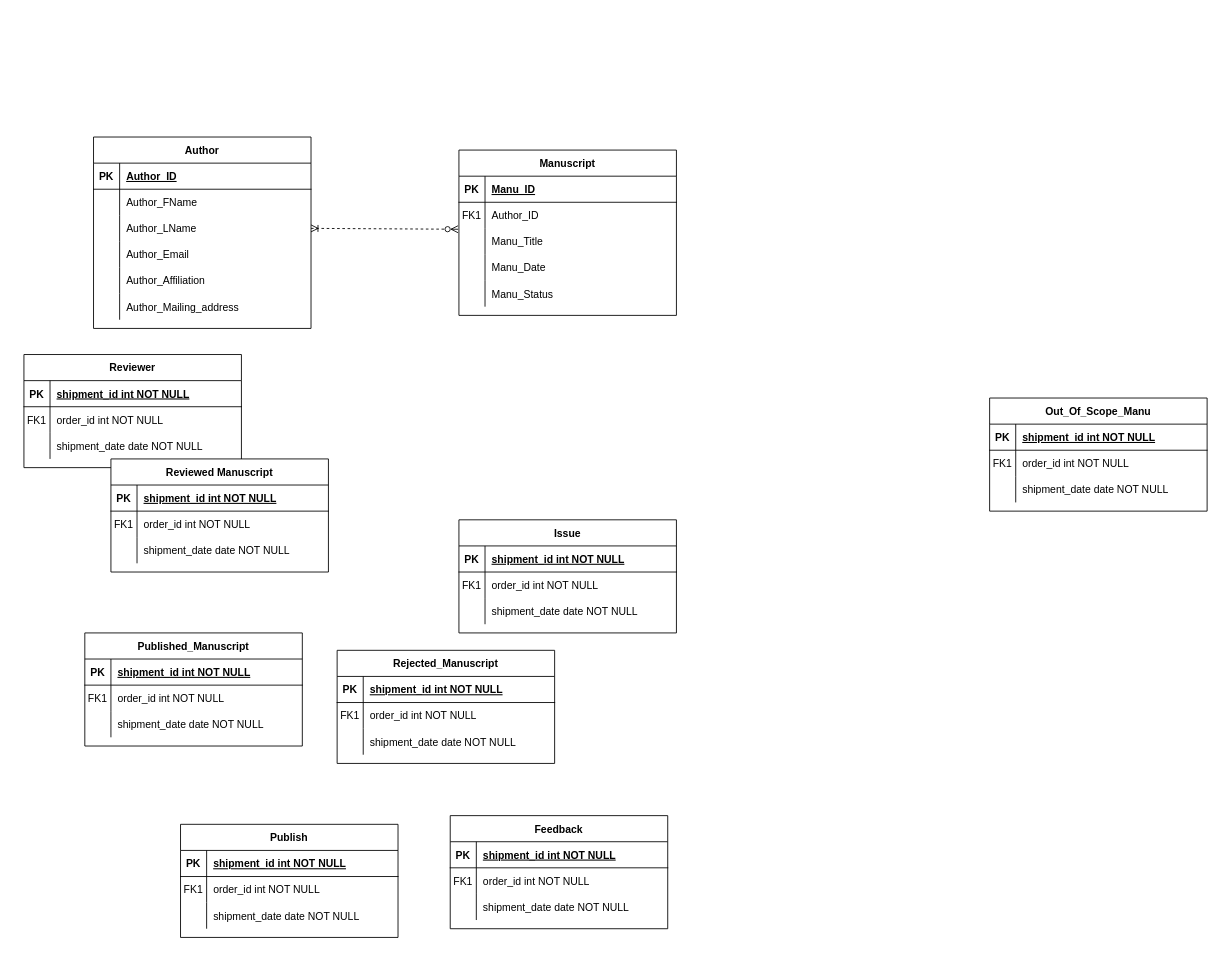
kwoehrer/DatabaseHw keeps this draw.io diagram as Untitled Diagram.drawio. Above is the earlier version. Source tidied: cells renumbered, new cells numbered last; positions are measured from the earlier drawing's top-left corner, leaving out a move shared by most shapes. Both pictures are drawn from the tidied source at 87%, with x=0, y=0 at pixel (23, 137).
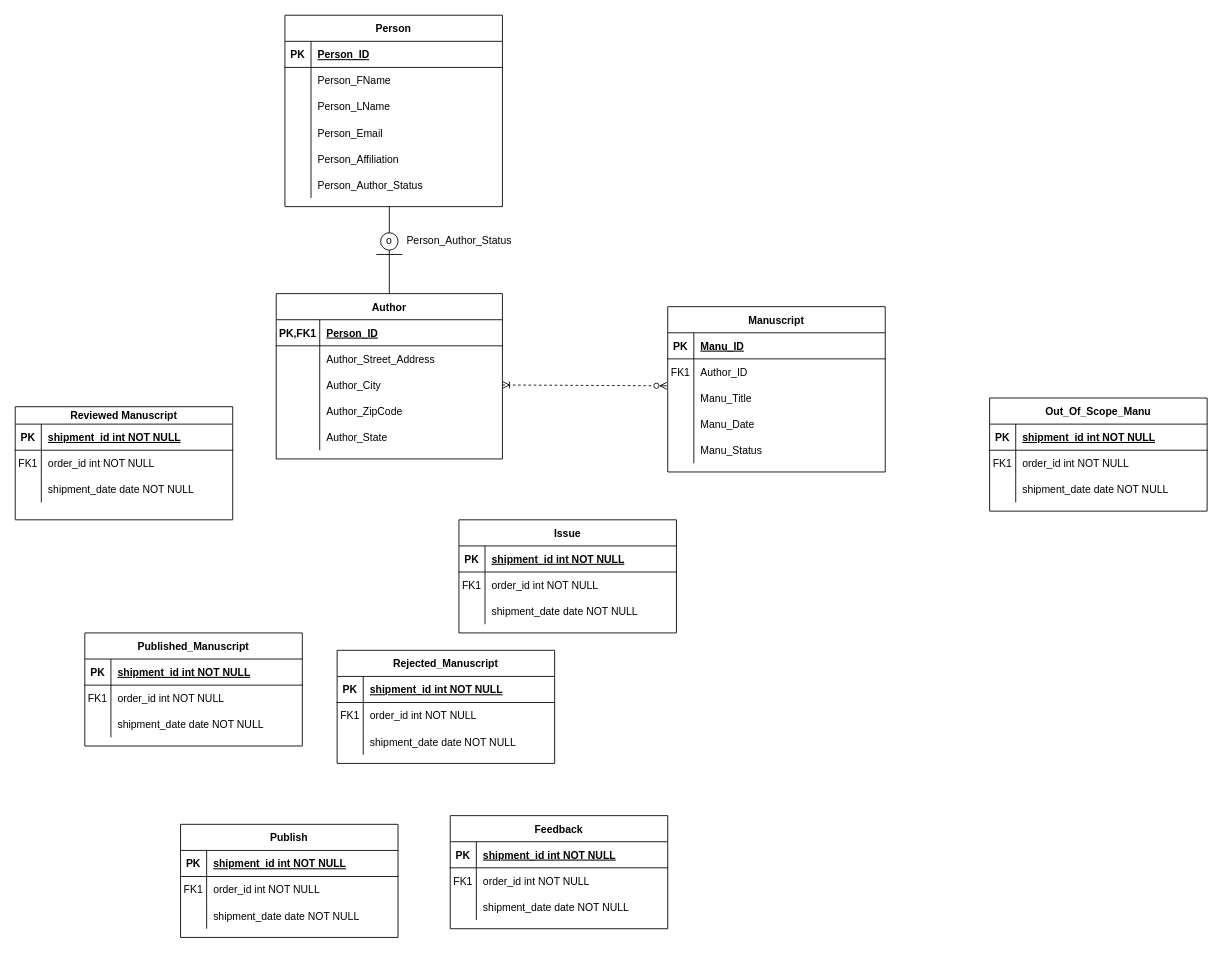
After the change.

The change refers to these unchanged cells:
```xml
<mxCell id="19" style="shape=partialRectangle;fillColor=none;top=0;left=0;right=0;bottom=1;" parent="18" vertex="1">
  <mxGeometry y="30" width="250" height="30" as="geometry" />
</mxCell>
<mxCell id="22" style="shape=partialRectangle;fillColor=none;top=0;left=0;right=0;bottom=0;" parent="18" vertex="1">
  <mxGeometry y="60" width="250" height="30" as="geometry" />
</mxCell>
<mxCell id="25" style="shape=partialRectangle;fillColor=none;top=0;left=0;right=0;bottom=0;" parent="18" vertex="1">
  <mxGeometry y="90" width="250" height="30" as="geometry" />
</mxCell>
```

The edit, as a diff of the source:
```diff
@@
     <mxCell id="2" value="Manuscript" style="shape=table;startSize=30;childLayout=tableLayout;rowLines=0;fontStyle=1;align=center;" parent="1" vertex="1">
-      <mxGeometry x="500" y="15" width="250" height="190" as="geometry" />
+      <mxGeometry x="740" y="195" width="250" height="190" as="geometry" />
     </mxCell>
@@
-    <mxCell id="18" value="Reviewer" style="shape=table;startSize=30;childLayout=tableLayout;rowLines=0;fontStyle=1;align=center;" parent="1" vertex="1">
-      <mxGeometry y="250" width="250" height="130" as="geometry" />
+    <mxCell id="18" value="Person" style="shape=table;startSize=30;childLayout=tableLayout;rowLines=0;fontStyle=1;align=center;" parent="1" vertex="1">
+      <mxGeometry x="300" y="-140" width="250" height="220" as="geometry" />
     </mxCell>
@@
-    <mxCell id="21" value="shipment_id int NOT NULL " style="shape=partialRectangle;overflow=hidden;fillColor=none;top=0;left=0;bottom=0;right=0;align=left;spacingLeft=6;fontStyle=5;" parent="19" vertex="1">
+    <mxCell id="21" value="Person_ID" style="shape=partialRectangle;overflow=hidden;fillColor=none;top=0;left=0;bottom=0;right=0;align=left;spacingLeft=6;fontStyle=5;" parent="19" vertex="1">
       <mxGeometry x="30" width="220" height="30" as="geometry" />
     </mxCell>
@@
-    <mxCell id="23" value="FK1" style="shape=partialRectangle;overflow=hidden;fillColor=none;top=0;left=0;bottom=0;right=0;" parent="22" vertex="1">
+    <mxCell id="23" style="shape=partialRectangle;overflow=hidden;fillColor=none;top=0;left=0;bottom=0;right=0;" parent="22" vertex="1">
       <mxGeometry width="30" height="30" as="geometry" />
     </mxCell>
-    <mxCell id="24" value="order_id int NOT NULL" style="shape=partialRectangle;overflow=hidden;fillColor=none;top=0;left=0;bottom=0;right=0;align=left;spacingLeft=6;" parent="22" vertex="1">
+    <mxCell id="24" value="Person_FName" style="shape=partialRectangle;overflow=hidden;fillColor=none;top=0;left=0;bottom=0;right=0;align=left;spacingLeft=6;" parent="22" vertex="1">
       <mxGeometry x="30" width="220" height="30" as="geometry" />
     </mxCell>
@@
-    <mxCell id="27" value="shipment_date date NOT NULL" style="shape=partialRectangle;overflow=hidden;fillColor=none;top=0;left=0;bottom=0;right=0;align=left;spacingLeft=6;" parent="25" vertex="1">
+    <mxCell id="27" value="Person_LName" style="shape=partialRectangle;overflow=hidden;fillColor=none;top=0;left=0;bottom=0;right=0;align=left;spacingLeft=6;" parent="25" vertex="1">
       <mxGeometry x="30" width="220" height="30" as="geometry" />
     </mxCell>
+    <mxCell id="38" style="shape=partialRectangle;fillColor=none;top=0;left=0;right=0;bottom=0;" parent="18" vertex="1">
+      <mxGeometry y="120" width="250" height="30" as="geometry" />
+    </mxCell>
+    <mxCell id="118" style="shape=partialRectangle;overflow=hidden;fillColor=none;top=0;left=0;bottom=0;right=0;" parent="38" vertex="1">
+      <mxGeometry width="30" height="30" as="geometry" />
+    </mxCell>
+    <mxCell id="119" value="Person_Email" style="shape=partialRectangle;overflow=hidden;fillColor=none;top=0;left=0;bottom=0;right=0;align=left;spacingLeft=6;" parent="38" vertex="1">
+      <mxGeometry x="30" width="220" height="30" as="geometry" />
+    </mxCell>
+    <mxCell id="41" style="shape=partialRectangle;fillColor=none;top=0;left=0;right=0;bottom=0;" parent="18" vertex="1">
+      <mxGeometry y="150" width="250" height="30" as="geometry" />
+    </mxCell>
+    <mxCell id="120" style="shape=partialRectangle;overflow=hidden;fillColor=none;top=0;left=0;bottom=0;right=0;" parent="41" vertex="1">
+      <mxGeometry width="30" height="30" as="geometry" />
+    </mxCell>
+    <mxCell id="121" value="Person_Affiliation" style="shape=partialRectangle;overflow=hidden;fillColor=none;top=0;left=0;bottom=0;right=0;align=left;spacingLeft=6;" parent="41" vertex="1">
+      <mxGeometry x="30" width="220" height="30" as="geometry" />
+    </mxCell>
+    <mxCell id="122" style="shape=partialRectangle;fillColor=none;points=[[0,0.5],[1,0.5]];portConstraint=eastwest;top=0;left=0;right=0;bottom=0;" parent="18" vertex="1">
+      <mxGeometry y="180" width="250" height="30" as="geometry" />
+    </mxCell>
+    <mxCell id="123" style="shape=partialRectangle;overflow=hidden;fillColor=none;top=0;left=0;bottom=0;right=0;" parent="122" vertex="1">
+      <mxGeometry width="30" height="30" as="geometry" />
+    </mxCell>
+    <mxCell id="124" value="Person_Author_Status" style="shape=partialRectangle;overflow=hidden;fillColor=none;top=0;left=0;bottom=0;right=0;align=left;spacingLeft=6;" parent="122" vertex="1">
+      <mxGeometry x="30" width="220" height="30" as="geometry" />
+    </mxCell>
     <mxCell id="28" value="Author" style="shape=table;startSize=30;childLayout=tableLayout;rowLines=0;fontStyle=1;align=center;" parent="1" vertex="1">
-      <mxGeometry x="80" width="250" height="220" as="geometry" />
+      <mxGeometry x="290" y="180" width="260" height="190" as="geometry" />
     </mxCell>
     <mxCell id="29" style="shape=partialRectangle;fillColor=none;top=0;left=0;right=0;bottom=1;" parent="28" vertex="1">
-      <mxGeometry y="30" width="250" height="30" as="geometry" />
+      <mxGeometry y="30" width="260" height="30" as="geometry" />
     </mxCell>
-    <mxCell id="30" value="PK" style="shape=partialRectangle;overflow=hidden;fillColor=none;top=0;left=0;bottom=0;right=0;fontStyle=1;" parent="29" vertex="1">
-      <mxGeometry width="30" height="30" as="geometry" />
+    <mxCell id="30" value="PK,FK1" style="shape=partialRectangle;overflow=hidden;fillColor=none;top=0;left=0;bottom=0;right=0;fontStyle=1;" parent="29" vertex="1">
+      <mxGeometry width="50" height="30" as="geometry" />
     </mxCell>
-    <mxCell id="31" value="Author_ID" style="shape=partialRectangle;overflow=hidden;fillColor=none;top=0;left=0;bottom=0;right=0;align=left;spacingLeft=6;fontStyle=5;" parent="29" vertex="1">
-      <mxGeometry x="30" width="220" height="30" as="geometry" />
+    <mxCell id="31" value="Person_ID" style="shape=partialRectangle;overflow=hidden;fillColor=none;top=0;left=0;bottom=0;right=0;align=left;spacingLeft=6;fontStyle=5;" parent="29" vertex="1">
+      <mxGeometry x="50" width="210" height="30" as="geometry" />
     </mxCell>
     <mxCell id="32" style="shape=partialRectangle;fillColor=none;top=0;left=0;right=0;bottom=0;" parent="28" vertex="1">
-      <mxGeometry y="60" width="250" height="30" as="geometry" />
+      <mxGeometry y="60" width="260" height="30" as="geometry" />
     </mxCell>
     <mxCell id="33" style="shape=partialRectangle;overflow=hidden;fillColor=none;top=0;left=0;bottom=0;right=0;" parent="32" vertex="1">
-      <mxGeometry width="30" height="30" as="geometry" />
+      <mxGeometry width="50" height="30" as="geometry" />
     </mxCell>
-    <mxCell id="34" value="Author_FName" style="shape=partialRectangle;overflow=hidden;fillColor=none;top=0;left=0;bottom=0;right=0;align=left;spacingLeft=6;" parent="32" vertex="1">
-      <mxGeometry x="30" width="220" height="30" as="geometry" />
+    <mxCell id="34" value="Author_Street_Address" style="shape=partialRectangle;overflow=hidden;fillColor=none;top=0;left=0;bottom=0;right=0;align=left;spacingLeft=6;" parent="32" vertex="1">
+      <mxGeometry x="50" width="210" height="30" as="geometry" />
     </mxCell>
     <mxCell id="35" style="shape=partialRectangle;fillColor=none;points=[[0,0.5],[1,0.5]];portConstraint=eastwest;top=0;left=0;right=0;bottom=0;" parent="28" vertex="1">
-      <mxGeometry y="90" width="250" height="30" as="geometry" />
+      <mxGeometry y="90" width="260" height="30" as="geometry" />
     </mxCell>
     <mxCell id="36" style="shape=partialRectangle;overflow=hidden;fillColor=none;top=0;left=0;bottom=0;right=0;" parent="35" vertex="1">
-      <mxGeometry width="30" height="30" as="geometry" />
+      <mxGeometry width="50" height="30" as="geometry" />
     </mxCell>
-    <mxCell id="37" value="Author_LName" style="shape=partialRectangle;overflow=hidden;fillColor=none;top=0;left=0;bottom=0;right=0;align=left;spacingLeft=6;" parent="35" vertex="1">
-      <mxGeometry x="30" width="220" height="30" as="geometry" />
+    <mxCell id="37" value="Author_City" style="shape=partialRectangle;overflow=hidden;fillColor=none;top=0;left=0;bottom=0;right=0;align=left;spacingLeft=6;" parent="35" vertex="1">
+      <mxGeometry x="50" width="210" height="30" as="geometry" />
     </mxCell>
-    <mxCell id="38" style="shape=partialRectangle;fillColor=none;top=0;left=0;right=0;bottom=0;" parent="28" vertex="1">
-      <mxGeometry y="120" width="250" height="30" as="geometry" />
-    </mxCell>
-    <mxCell id="39" style="shape=partialRectangle;overflow=hidden;fillColor=none;top=0;left=0;bottom=0;right=0;" parent="38" vertex="1">
-      <mxGeometry width="30" height="30" as="geometry" />
-    </mxCell>
-    <mxCell id="40" value="Author_Email" style="shape=partialRectangle;overflow=hidden;fillColor=none;top=0;left=0;bottom=0;right=0;align=left;spacingLeft=6;" parent="38" vertex="1">
-      <mxGeometry x="30" width="220" height="30" as="geometry" />
-    </mxCell>
-    <mxCell id="41" style="shape=partialRectangle;fillColor=none;top=0;left=0;right=0;bottom=0;" parent="28" vertex="1">
-      <mxGeometry y="150" width="250" height="30" as="geometry" />
-    </mxCell>
-    <mxCell id="42" style="shape=partialRectangle;overflow=hidden;fillColor=none;top=0;left=0;bottom=0;right=0;" parent="41" vertex="1">
-      <mxGeometry width="30" height="30" as="geometry" />
-    </mxCell>
-    <mxCell id="43" value="Author_Affiliation" style="shape=partialRectangle;overflow=hidden;fillColor=none;top=0;left=0;bottom=0;right=0;align=left;spacingLeft=6;" parent="41" vertex="1">
-      <mxGeometry x="30" width="220" height="30" as="geometry" />
-    </mxCell>
     <mxCell id="44" style="shape=partialRectangle;fillColor=none;top=0;left=0;right=0;bottom=0;" parent="28" vertex="1">
-      <mxGeometry y="180" width="250" height="30" as="geometry" />
+      <mxGeometry y="120" width="260" height="30" as="geometry" />
     </mxCell>
     <mxCell id="45" style="shape=partialRectangle;overflow=hidden;fillColor=none;top=0;left=0;bottom=0;right=0;" parent="44" vertex="1">
-      <mxGeometry width="30" height="30" as="geometry" />
+      <mxGeometry width="50" height="30" as="geometry" />
     </mxCell>
-    <mxCell id="46" value="Author_Mailing_address" style="shape=partialRectangle;overflow=hidden;fillColor=none;top=0;left=0;bottom=0;right=0;align=left;spacingLeft=6;" parent="44" vertex="1">
-      <mxGeometry x="30" width="220" height="30" as="geometry" />
+    <mxCell id="46" value="Author_ZipCode" style="shape=partialRectangle;overflow=hidden;fillColor=none;top=0;left=0;bottom=0;right=0;align=left;spacingLeft=6;" parent="44" vertex="1">
+      <mxGeometry x="50" width="210" height="30" as="geometry" />
     </mxCell>
+    <mxCell id="125" style="shape=partialRectangle;fillColor=none;top=0;left=0;right=0;bottom=0;" parent="28" vertex="1">
+      <mxGeometry y="150" width="260" height="30" as="geometry" />
+    </mxCell>
+    <mxCell id="126" style="shape=partialRectangle;overflow=hidden;fillColor=none;top=0;left=0;bottom=0;right=0;" parent="125" vertex="1">
+      <mxGeometry width="50" height="30" as="geometry" />
+    </mxCell>
+    <mxCell id="127" value="Author_State" style="shape=partialRectangle;overflow=hidden;fillColor=none;top=0;left=0;bottom=0;right=0;align=left;spacingLeft=6;" parent="125" vertex="1">
+      <mxGeometry x="50" width="210" height="30" as="geometry" />
+    </mxCell>
-    <mxCell id="47" value="Reviewed Manuscript" style="shape=table;startSize=30;childLayout=tableLayout;rowLines=0;fontStyle=1;align=center;" parent="1" vertex="1">
-      <mxGeometry x="100" y="370" width="250" height="130" as="geometry" />
+    <mxCell id="47" value="Reviewed Manuscript" style="shape=table;startSize=20;childLayout=tableLayout;rowLines=0;fontStyle=1;align=center;" parent="1" vertex="1">
+      <mxGeometry x="-10" y="310" width="250" height="130" as="geometry" />
     </mxCell>
     <mxCell id="48" style="shape=partialRectangle;fillColor=none;top=0;left=0;right=0;bottom=1;" parent="47" vertex="1">
-      <mxGeometry y="30" width="250" height="30" as="geometry" />
+      <mxGeometry y="20" width="250" height="30" as="geometry" />
     </mxCell>
@@
     <mxCell id="51" style="shape=partialRectangle;fillColor=none;top=0;left=0;right=0;bottom=0;" parent="47" vertex="1">
-      <mxGeometry y="60" width="250" height="30" as="geometry" />
+      <mxGeometry y="50" width="250" height="30" as="geometry" />
     </mxCell>
@@
     <mxCell id="54" style="shape=partialRectangle;fillColor=none;top=0;left=0;right=0;bottom=0;" parent="47" vertex="1">
-      <mxGeometry y="90" width="250" height="30" as="geometry" />
+      <mxGeometry y="80" width="250" height="30" as="geometry" />
     </mxCell>
@@
+    <mxCell id="128" style="endArrow=none;html=1;rounded=0;exitX=0.48;exitY=1.333;exitDx=0;exitDy=0;exitPerimeter=0;entryX=0.5;entryY=0;entryDx=0;entryDy=0;" parent="1" edge="1" source="122" target="28">
+      <mxGeometry relative="1" as="geometry" />
+    </mxCell>
+    <mxCell id="129" value="o" style="ellipse;whiteSpace=wrap;html=1;" parent="1" vertex="1">
+      <mxGeometry x="410" y="110" width="20" height="20" as="geometry" />
+    </mxCell>
+    <mxCell id="130" style="line;strokeWidth=1;dashed=0;labelPosition=right;align=left;verticalAlign=middle;spacingTop=0;spacingLeft=6;" parent="1" vertex="1">
+      <mxGeometry x="405" y="130" width="30" height="10" as="geometry" />
+    </mxCell>
+    <mxCell id="131" value="Person_Author_Status" style="text;html=1;align=center;verticalAlign=middle;strokeColor=none;fillColor=none;" parent="1" vertex="1">
+      <mxGeometry x="430" y="110" width="140" height="20" as="geometry" />
+    </mxCell>
```
